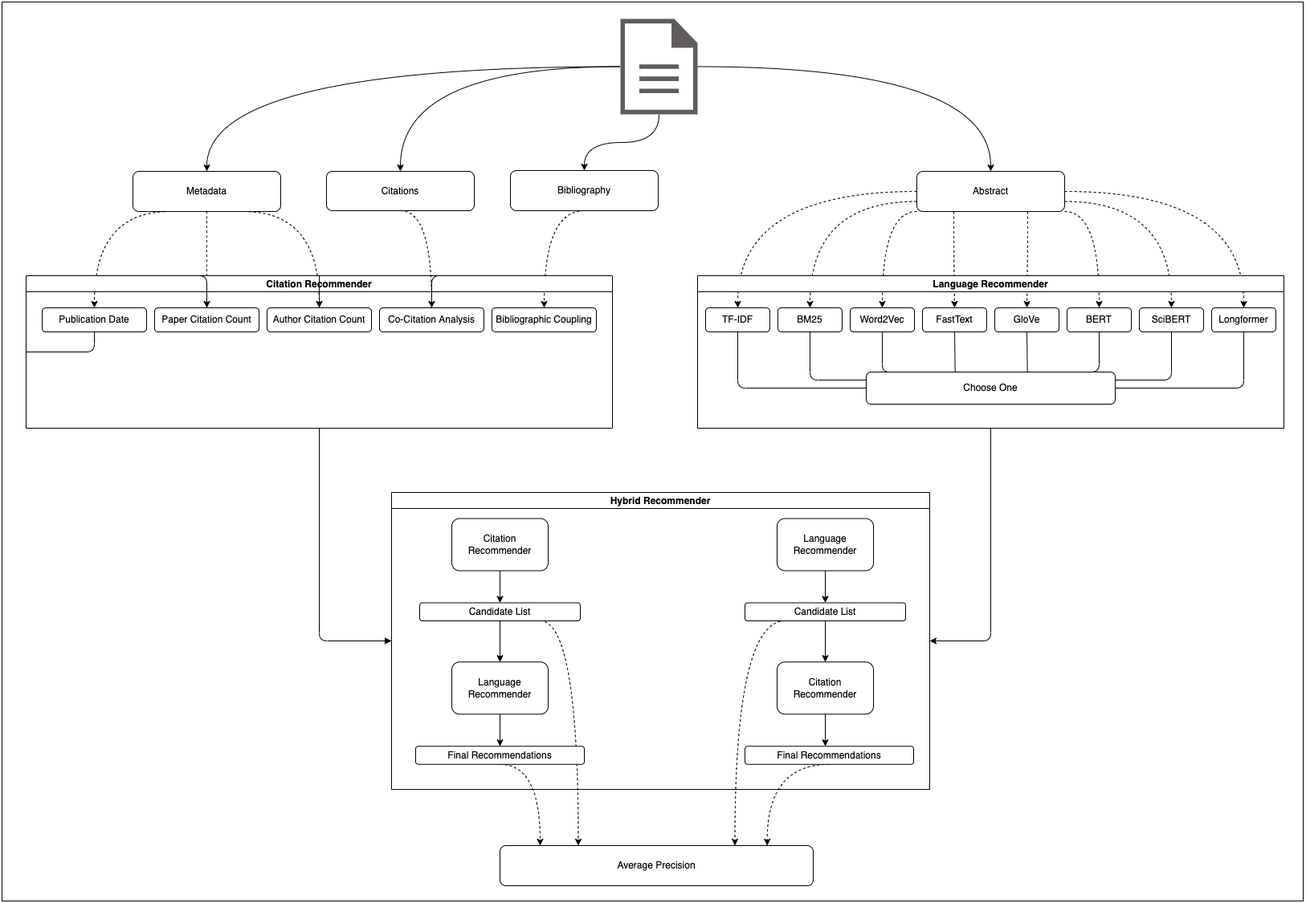
The draw.io diagram static/hybrid-architecture.png in joel-beck/readnext, before a commit. Source tidied: cells renumbered, new cells last; positions are measured from the earlier drawing's top-left corner, leaving out a move shared by most shapes.
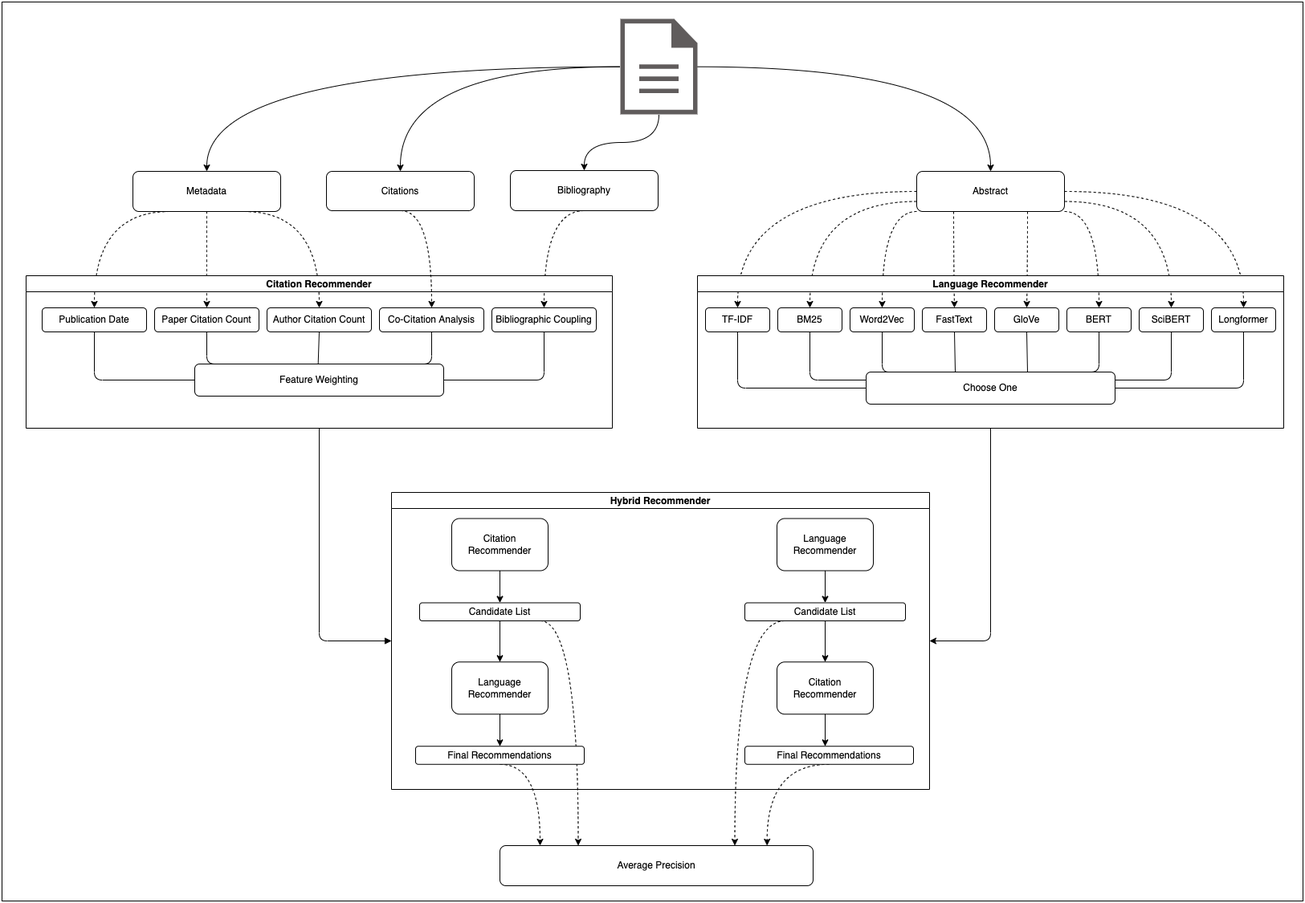
The same file after the commit.

What changed in the source:
```diff
@@ -141,21 +141,55 @@
     <mxCell id="31" value="Citation Recommender" style="swimlane;startSize=20;horizontal=1;containerType=tree;newEdgeStyle={&quot;edgeStyle&quot;:&quot;elbowEdgeStyle&quot;,&quot;startArrow&quot;:&quot;none&quot;,&quot;endArrow&quot;:&quot;none&quot;};" parent="1" vertex="1">
       <mxGeometry x="30" y="341" width="730" height="190" as="geometry" />
     </mxCell>
+    <mxCell id="72" style="edgeStyle=elbowEdgeStyle;html=1;startArrow=none;endArrow=none;exitX=0.5;exitY=1;exitDx=0;exitDy=0;entryX=0;entryY=0.5;entryDx=0;entryDy=0;" parent="31" edge="1" source="32" target="76">
+      <mxGeometry relative="1" as="geometry">
+        <Array as="points">
+          <mxPoint x="85" y="120" />
+        </Array>
+      </mxGeometry>
+    </mxCell>
     <mxCell id="32" value="Publication Date" style="whiteSpace=wrap;html=1;align=center;newEdgeStyle={&quot;edgeStyle&quot;:&quot;elbowEdgeStyle&quot;,&quot;startArrow&quot;:&quot;none&quot;,&quot;endArrow&quot;:&quot;none&quot;};rounded=1;" parent="31" vertex="1">
       <mxGeometry x="20" y="40" width="130" height="30" as="geometry" />
     </mxCell>
+    <mxCell id="73" style="edgeStyle=elbowEdgeStyle;html=1;startArrow=none;endArrow=none;exitX=0.5;exitY=1;exitDx=0;exitDy=0;entryX=0.5;entryY=0;entryDx=0;entryDy=0;" parent="31" edge="1" source="33" target="76">
+      <mxGeometry relative="1" as="geometry" />
+    </mxCell>
     <mxCell id="33" value="Author Citation Count" style="whiteSpace=wrap;html=1;align=center;newEdgeStyle={&quot;edgeStyle&quot;:&quot;elbowEdgeStyle&quot;,&quot;startArrow&quot;:&quot;none&quot;,&quot;endArrow&quot;:&quot;none&quot;};rounded=1;" parent="31" vertex="1">
       <mxGeometry x="300" y="40" width="130" height="30" as="geometry" />
     </mxCell>
+    <mxCell id="74" style="edgeStyle=elbowEdgeStyle;html=1;startArrow=none;endArrow=none;exitX=0.5;exitY=1;exitDx=0;exitDy=0;entryX=0.75;entryY=0;entryDx=0;entryDy=0;" parent="31" edge="1" source="34" target="76">
+      <mxGeometry relative="1" as="geometry">
+        <Array as="points">
+          <mxPoint x="505" y="90" />
+        </Array>
+      </mxGeometry>
+    </mxCell>
     <mxCell id="34" value="Co-Citation Analysis" style="whiteSpace=wrap;html=1;align=center;newEdgeStyle={&quot;edgeStyle&quot;:&quot;elbowEdgeStyle&quot;,&quot;startArrow&quot;:&quot;none&quot;,&quot;endArrow&quot;:&quot;none&quot;};rounded=1;" parent="31" vertex="1">
       <mxGeometry x="440" y="40" width="130" height="30" as="geometry" />
     </mxCell>
-    <mxCell id="35" value="Bibliographic Coupling" style="whiteSpace=wrap;html=1;align=center;newEdgeStyle={&quot;edgeStyle&quot;:&quot;elbowEdgeStyle&quot;,&quot;startArrow&quot;:&quot;none&quot;,&quot;endArrow&quot;:&quot;none&quot;};rounded=1;" parent="31" vertex="1" collapsed="1">
+    <mxCell id="35" value="Bibliographic Coupling" style="whiteSpace=wrap;html=1;align=center;newEdgeStyle={&quot;edgeStyle&quot;:&quot;elbowEdgeStyle&quot;,&quot;startArrow&quot;:&quot;none&quot;,&quot;endArrow&quot;:&quot;none&quot;};rounded=1;" parent="31" vertex="1">
       <mxGeometry x="580" y="40" width="130" height="30" as="geometry" />
     </mxCell>
+    <mxCell id="75" style="edgeStyle=elbowEdgeStyle;html=1;startArrow=none;endArrow=none;exitX=0.5;exitY=1;exitDx=0;exitDy=0;entryX=0.25;entryY=0;entryDx=0;entryDy=0;" parent="31" edge="1" source="36" target="76">
+      <mxGeometry relative="1" as="geometry">
+        <Array as="points">
+          <mxPoint x="225" y="100" />
+        </Array>
+      </mxGeometry>
+    </mxCell>
     <mxCell id="36" value="Paper Citation Count" style="whiteSpace=wrap;html=1;align=center;newEdgeStyle={&quot;edgeStyle&quot;:&quot;elbowEdgeStyle&quot;,&quot;startArrow&quot;:&quot;none&quot;,&quot;endArrow&quot;:&quot;none&quot;};rounded=1;" parent="31" vertex="1">
       <mxGeometry x="160" y="40" width="130" height="30" as="geometry" />
     </mxCell>
+    <mxCell id="76" value="Feature Weighting" style="rounded=1;whiteSpace=wrap;html=1;" parent="31" vertex="1">
+      <mxGeometry x="210" y="110" width="310" height="40" as="geometry" />
+    </mxCell>
+    <mxCell id="77" style="edgeStyle=elbowEdgeStyle;html=1;startArrow=none;endArrow=none;exitX=0.5;exitY=1;exitDx=0;exitDy=0;entryX=1;entryY=0.5;entryDx=0;entryDy=0;" parent="31" edge="1" source="35" target="76">
+      <mxGeometry relative="1" as="geometry">
+        <Array as="points">
+          <mxPoint x="645" y="130" />
+        </Array>
+      </mxGeometry>
+    </mxCell>
     <mxCell id="37" value="Language Recommender" style="swimlane;startSize=20;horizontal=1;containerType=tree;newEdgeStyle={&quot;edgeStyle&quot;:&quot;elbowEdgeStyle&quot;,&quot;startArrow&quot;:&quot;none&quot;,&quot;endArrow&quot;:&quot;none&quot;};" parent="1" vertex="1">
       <mxGeometry x="866" y="341" width="730" height="190" as="geometry" />
     </mxCell>
```
